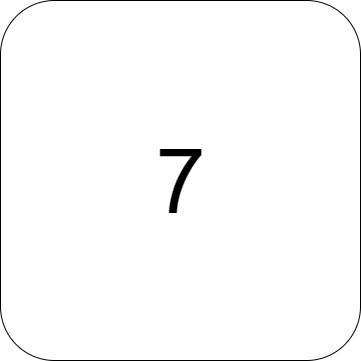
Before: Rush Hour Main/assets/MapButtons/7(A).png, a diagram exported from draw.io (zintom69/Game-Rush-Hour). Source tidied: cells renumbered, new cells last; positions are measured from the earlier drawing's top-left corner, leaving out a move shared by most shapes.
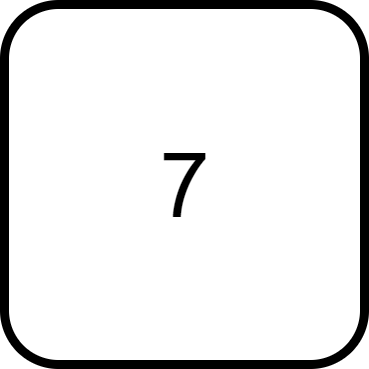
Above is the later version.

Change to the diagram source:
```diff
@@ -2,7 +2,7 @@
   <root>
     <mxCell id="0" />
     <mxCell id="1" parent="0" />
-    <mxCell id="2" value="&lt;span style=&quot;font-size: 90px;&quot;&gt;7&lt;/span&gt;" style="rounded=1;whiteSpace=wrap;html=1;" parent="1" vertex="1">
+    <mxCell id="2" value="&lt;span style=&quot;font-size: 90px;&quot;&gt;7&lt;/span&gt;" style="rounded=1;whiteSpace=wrap;html=1;strokeWidth=9;" parent="1" vertex="1">
       <mxGeometry width="360" height="360" as="geometry" />
     </mxCell>
   </root>
```
